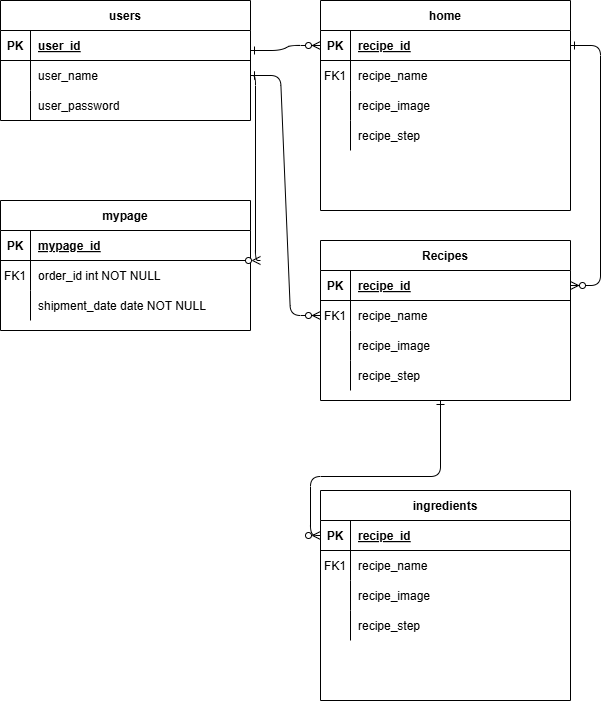
kurumi328/recisto keeps this draw.io diagram as documents/THEME.png. Above is the earlier version. Source tidied: cells renumbered, new cells last; positions are measured from the earlier drawing's top-left corner, leaving out a move shared by most shapes.
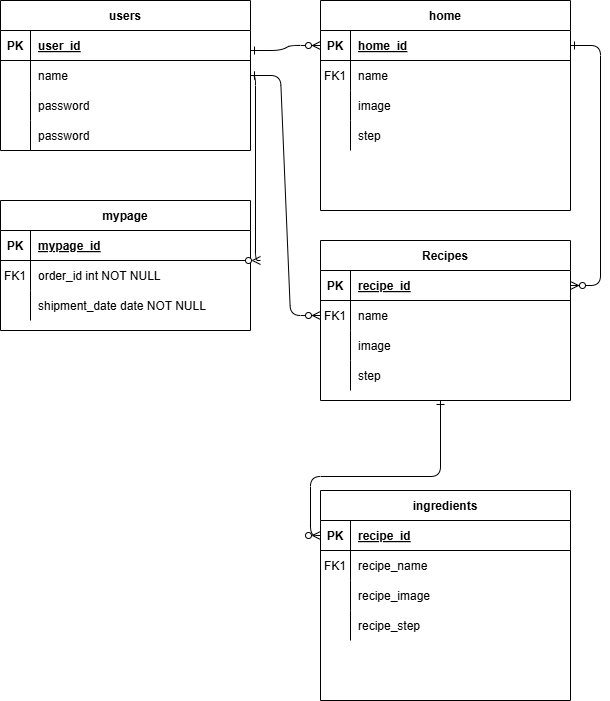
The same diagram one commit later.

The edit, as a diff of the source:
```diff
@@ -23,7 +23,7 @@
     <mxCell id="8" value="FK1" style="shape=partialRectangle;overflow=hidden;fillColor=none;top=0;left=0;bottom=0;right=0;" parent="7" vertex="1">
       <mxGeometry width="30" height="30" as="geometry" />
     </mxCell>
-    <mxCell id="9" value="recipe_name" style="shape=partialRectangle;overflow=hidden;fillColor=none;top=0;left=0;bottom=0;right=0;align=left;spacingLeft=6;" parent="7" vertex="1">
+    <mxCell id="9" value="name" style="shape=partialRectangle;overflow=hidden;fillColor=none;top=0;left=0;bottom=0;right=0;align=left;spacingLeft=6;" parent="7" vertex="1">
       <mxGeometry x="30" width="220" height="30" as="geometry" />
     </mxCell>
     <mxCell id="10" style="shape=partialRectangle;fillColor=none;top=0;left=0;right=0;bottom=0;" parent="3" vertex="1">
@@ -32,7 +32,7 @@
     <mxCell id="11" style="shape=partialRectangle;overflow=hidden;fillColor=none;top=0;left=0;bottom=0;right=0;" parent="10" vertex="1">
       <mxGeometry width="30" height="30" as="geometry" />
     </mxCell>
-    <mxCell id="12" value="recipe_image" style="shape=partialRectangle;overflow=hidden;fillColor=none;top=0;left=0;bottom=0;right=0;align=left;spacingLeft=6;" parent="10" vertex="1">
+    <mxCell id="12" value="image" style="shape=partialRectangle;overflow=hidden;fillColor=none;top=0;left=0;bottom=0;right=0;align=left;spacingLeft=6;" parent="10" vertex="1">
       <mxGeometry x="30" width="220" height="30" as="geometry" />
     </mxCell>
     <mxCell id="13" style="shape=partialRectangle;fillColor=none;top=0;left=0;right=0;bottom=0;" parent="3" vertex="1">
@@ -41,7 +41,7 @@
     <mxCell id="14" style="shape=partialRectangle;overflow=hidden;fillColor=none;top=0;left=0;bottom=0;right=0;" parent="13" vertex="1">
       <mxGeometry width="30" height="30" as="geometry" />
     </mxCell>
-    <mxCell id="15" value="recipe_step" style="shape=partialRectangle;overflow=hidden;fillColor=none;top=0;left=0;bottom=0;right=0;align=left;spacingLeft=6;" parent="13" vertex="1">
+    <mxCell id="15" value="step" style="shape=partialRectangle;overflow=hidden;fillColor=none;top=0;left=0;bottom=0;right=0;align=left;spacingLeft=6;" parent="13" vertex="1">
       <mxGeometry x="30" width="220" height="30" as="geometry" />
     </mxCell>
     <mxCell id="16" value="mypage" style="shape=table;startSize=30;rowLines=0;fontStyle=1;align=center;" parent="1" vertex="1">
@@ -75,7 +75,7 @@
       <mxGeometry x="30" width="220" height="30" as="geometry" />
     </mxCell>
     <mxCell id="26" value="users" style="shape=table;startSize=30;rowLines=0;fontStyle=1;align=center;" parent="1" vertex="1">
-      <mxGeometry width="250" height="120" as="geometry" />
+      <mxGeometry width="250" height="150" as="geometry" />
     </mxCell>
     <mxCell id="27" style="shape=partialRectangle;fillColor=none;top=0;left=0;right=0;bottom=1;" parent="26" vertex="1">
       <mxGeometry y="30" width="250" height="30" as="geometry" />
@@ -92,7 +92,7 @@
     <mxCell id="31" style="shape=partialRectangle;overflow=hidden;fillColor=none;top=0;left=0;bottom=0;right=0;" parent="30" vertex="1">
       <mxGeometry width="30" height="30" as="geometry" />
     </mxCell>
-    <mxCell id="32" value="user_name" style="shape=partialRectangle;overflow=hidden;fillColor=none;top=0;left=0;bottom=0;right=0;align=left;spacingLeft=6;" parent="30" vertex="1">
+    <mxCell id="32" value="name" style="shape=partialRectangle;overflow=hidden;fillColor=none;top=0;left=0;bottom=0;right=0;align=left;spacingLeft=6;" parent="30" vertex="1">
       <mxGeometry x="30" width="220" height="30" as="geometry" />
     </mxCell>
     <mxCell id="33" style="shape=partialRectangle;fillColor=none;top=0;left=0;right=0;bottom=0;" parent="26" vertex="1">
@@ -101,9 +101,18 @@
     <mxCell id="34" style="shape=partialRectangle;overflow=hidden;fillColor=none;top=0;left=0;bottom=0;right=0;" parent="33" vertex="1">
       <mxGeometry width="30" height="30" as="geometry" />
     </mxCell>
-    <mxCell id="35" value="user_password" style="shape=partialRectangle;overflow=hidden;fillColor=none;top=0;left=0;bottom=0;right=0;align=left;spacingLeft=6;" parent="33" vertex="1">
+    <mxCell id="35" value="password" style="shape=partialRectangle;overflow=hidden;fillColor=none;top=0;left=0;bottom=0;right=0;align=left;spacingLeft=6;" parent="33" vertex="1">
       <mxGeometry x="30" width="220" height="30" as="geometry" />
     </mxCell>
+    <mxCell id="66" style="shape=partialRectangle;fillColor=none;top=0;left=0;right=0;bottom=0;" parent="26" vertex="1">
+      <mxGeometry y="120" width="250" height="30" as="geometry" />
+    </mxCell>
+    <mxCell id="67" style="shape=partialRectangle;overflow=hidden;fillColor=none;top=0;left=0;bottom=0;right=0;" parent="66" vertex="1">
+      <mxGeometry width="30" height="30" as="geometry" />
+    </mxCell>
+    <mxCell id="68" value="password" style="shape=partialRectangle;overflow=hidden;fillColor=none;top=0;left=0;bottom=0;right=0;align=left;spacingLeft=6;" parent="66" vertex="1">
+      <mxGeometry x="30" width="220" height="30" as="geometry" />
+    </mxCell>
     <mxCell id="36" value="ingredients" style="shape=table;startSize=30;rowLines=0;fontStyle=1;align=center;" parent="1" vertex="1">
       <mxGeometry x="320" y="490" width="250" height="210" as="geometry" />
     </mxCell>
@@ -152,7 +161,7 @@
     <mxCell id="51" value="PK" style="shape=partialRectangle;overflow=hidden;fillColor=none;top=0;left=0;bottom=0;right=0;fontStyle=1;" parent="50" vertex="1">
       <mxGeometry width="30" height="30" as="geometry" />
     </mxCell>
-    <mxCell id="52" value="recipe_id" style="shape=partialRectangle;overflow=hidden;fillColor=none;top=0;left=0;bottom=0;right=0;align=left;spacingLeft=6;fontStyle=5;" parent="50" vertex="1">
+    <mxCell id="52" value="home_id" style="shape=partialRectangle;overflow=hidden;fillColor=none;top=0;left=0;bottom=0;right=0;align=left;spacingLeft=6;fontStyle=5;" parent="50" vertex="1">
       <mxGeometry x="30" width="220" height="30" as="geometry" />
     </mxCell>
     <mxCell id="53" style="shape=partialRectangle;fillColor=none;top=0;left=0;right=0;bottom=0;" parent="49" vertex="1">
@@ -161,7 +170,7 @@
     <mxCell id="54" value="FK1" style="shape=partialRectangle;overflow=hidden;fillColor=none;top=0;left=0;bottom=0;right=0;" parent="53" vertex="1">
       <mxGeometry width="30" height="30" as="geometry" />
     </mxCell>
-    <mxCell id="55" value="recipe_name" style="shape=partialRectangle;overflow=hidden;fillColor=none;top=0;left=0;bottom=0;right=0;align=left;spacingLeft=6;" parent="53" vertex="1">
+    <mxCell id="55" value="name" style="shape=partialRectangle;overflow=hidden;fillColor=none;top=0;left=0;bottom=0;right=0;align=left;spacingLeft=6;" parent="53" vertex="1">
       <mxGeometry x="30" width="220" height="30" as="geometry" />
     </mxCell>
     <mxCell id="56" style="shape=partialRectangle;fillColor=none;top=0;left=0;right=0;bottom=0;" parent="49" vertex="1">
@@ -170,7 +179,7 @@
     <mxCell id="57" style="shape=partialRectangle;overflow=hidden;fillColor=none;top=0;left=0;bottom=0;right=0;" parent="56" vertex="1">
       <mxGeometry width="30" height="30" as="geometry" />
     </mxCell>
-    <mxCell id="58" value="recipe_image" style="shape=partialRectangle;overflow=hidden;fillColor=none;top=0;left=0;bottom=0;right=0;align=left;spacingLeft=6;" parent="56" vertex="1">
+    <mxCell id="58" value="image" style="shape=partialRectangle;overflow=hidden;fillColor=none;top=0;left=0;bottom=0;right=0;align=left;spacingLeft=6;" parent="56" vertex="1">
       <mxGeometry x="30" width="220" height="30" as="geometry" />
     </mxCell>
     <mxCell id="59" style="shape=partialRectangle;fillColor=none;top=0;left=0;right=0;bottom=0;" parent="49" vertex="1">
@@ -179,7 +188,7 @@
     <mxCell id="60" style="shape=partialRectangle;overflow=hidden;fillColor=none;top=0;left=0;bottom=0;right=0;" parent="59" vertex="1">
       <mxGeometry width="30" height="30" as="geometry" />
     </mxCell>
-    <mxCell id="61" value="recipe_step" style="shape=partialRectangle;overflow=hidden;fillColor=none;top=0;left=0;bottom=0;right=0;align=left;spacingLeft=6;" parent="59" vertex="1">
+    <mxCell id="61" value="step" style="shape=partialRectangle;overflow=hidden;fillColor=none;top=0;left=0;bottom=0;right=0;align=left;spacingLeft=6;" parent="59" vertex="1">
       <mxGeometry x="30" width="220" height="30" as="geometry" />
     </mxCell>
     <mxCell id="62" style="edgeStyle=entityRelationEdgeStyle;endArrow=ERzeroToMany;startArrow=ERone;endFill=1;startFill=0;exitX=1;exitY=0.5;exitDx=0;exitDy=0;entryX=0;entryY=0.5;entryDx=0;entryDy=0;" parent="1" edge="1" target="50">
```
